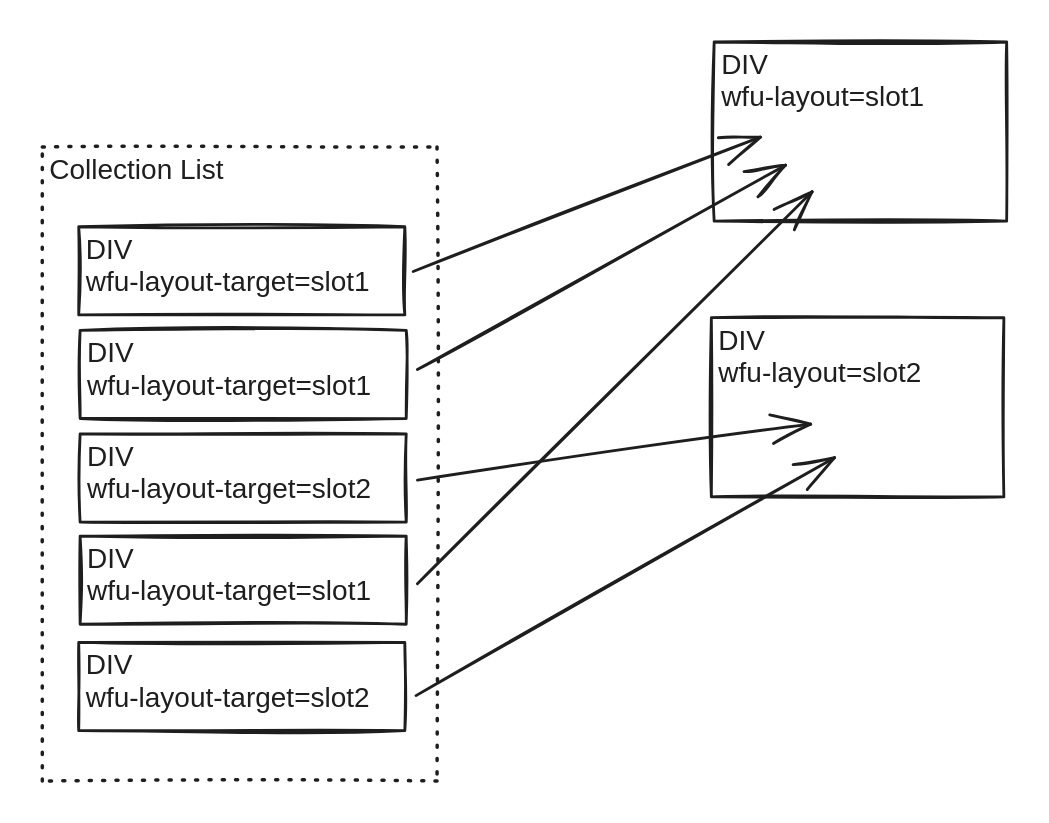
sygnaltech/sa5-docs keeps this Excalidraw diagram as .gitbook/assets/file.excalidraw (1).svg. Above is the earlier version. Source tidied: one line per element, renumbered; positions are measured from the earlier drawing's top-left corner, leaving out a move shared by most shapes.
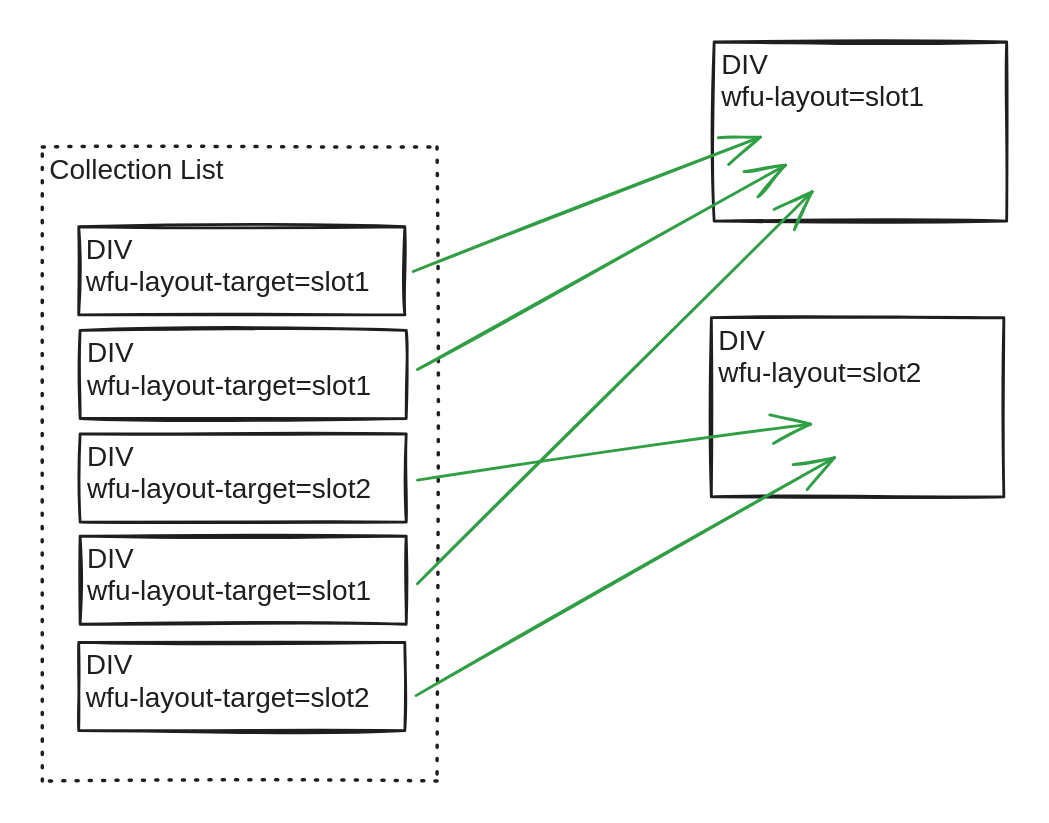
The same file after the commit.

Commit message:
GITBOOK-396: No subject

The edit, as a diff of the source:
```diff
@@ -14,8 +14,8 @@
 {"id": 13, "type": "text", "text": "DIV\nwfu-layout-target=slot1", "strokeColor": "#1e1e1e", "strokeWidth": 2, "roughness": 1, "fontSize": 20, "fontFamily": 2, "inside": 12, "x": 32, "y": 358, "width": 203, "height": 46}
 {"id": 14, "type": "rectangle", "strokeColor": "#1e1e1e", "strokeWidth": 2, "roughness": 1, "x": 26, "y": 429, "width": 233, "height": 63}
 {"id": 15, "type": "text", "text": "DIV\nwfu-layout-target=slot2", "strokeColor": "#1e1e1e", "strokeWidth": 2, "roughness": 1, "fontSize": 20, "fontFamily": 2, "inside": 14, "x": 31, "y": 434, "width": 203, "height": 46}
-{"id": 16, "type": "arrow", "strokeColor": "#1e1e1e", "strokeWidth": 2, "roughness": 1, "endArrowhead": "arrow", "from": 6, "x": 265, "y": 164, "width": 248, "height": 96, "points": [[0, 0], [248, -96]]}
+{"id": 16, "type": "arrow", "strokeColor": "#2f9e44", "strokeWidth": 2, "roughness": 1, "endArrowhead": "arrow", "from": 6, "x": 265, "y": 164, "width": 248, "height": 96, "points": [[0, 0], [248, -96]]}
-{"id": 17, "type": "arrow", "strokeColor": "#1e1e1e", "strokeWidth": 2, "roughness": 1, "endArrowhead": "arrow", "from": 8, "x": 268, "y": 234, "width": 263, "height": 146, "points": [[0, 0], [263, -146]]}
+{"id": 17, "type": "arrow", "strokeColor": "#2f9e44", "strokeWidth": 2, "roughness": 1, "endArrowhead": "arrow", "from": 8, "x": 268, "y": 234, "width": 263, "height": 146, "points": [[0, 0], [263, -146]]}
-{"id": 18, "type": "arrow", "strokeColor": "#1e1e1e", "strokeWidth": 2, "roughness": 1, "endArrowhead": "arrow", "from": 10, "x": 268, "y": 313, "width": 281, "height": 40, "points": [[0, 0], [281, -40]]}
+{"id": 18, "type": "arrow", "strokeColor": "#2f9e44", "strokeWidth": 2, "roughness": 1, "endArrowhead": "arrow", "from": 10, "x": 268, "y": 313, "width": 281, "height": 40, "points": [[0, 0], [281, -40]]}
-{"id": 19, "type": "arrow", "strokeColor": "#1e1e1e", "strokeWidth": 2, "roughness": 1, "endArrowhead": "arrow", "from": 12, "x": 268, "y": 387, "width": 282, "height": 280, "points": [[0, 0], [282, -280]]}
+{"id": 19, "type": "arrow", "strokeColor": "#2f9e44", "strokeWidth": 2, "roughness": 1, "endArrowhead": "arrow", "from": 12, "x": 268, "y": 387, "width": 282, "height": 280, "points": [[0, 0], [282, -280]]}
-{"id": 20, "type": "arrow", "strokeColor": "#1e1e1e", "strokeWidth": 2, "roughness": 1, "endArrowhead": "arrow", "from": 14, "x": 267, "y": 467, "width": 299, "height": 170, "points": [[0, 0], [299, -170]]}
+{"id": 20, "type": "arrow", "strokeColor": "#2f9e44", "strokeWidth": 2, "roughness": 1, "endArrowhead": "arrow", "from": 14, "x": 267, "y": 467, "width": 299, "height": 170, "points": [[0, 0], [299, -170]]}
```
